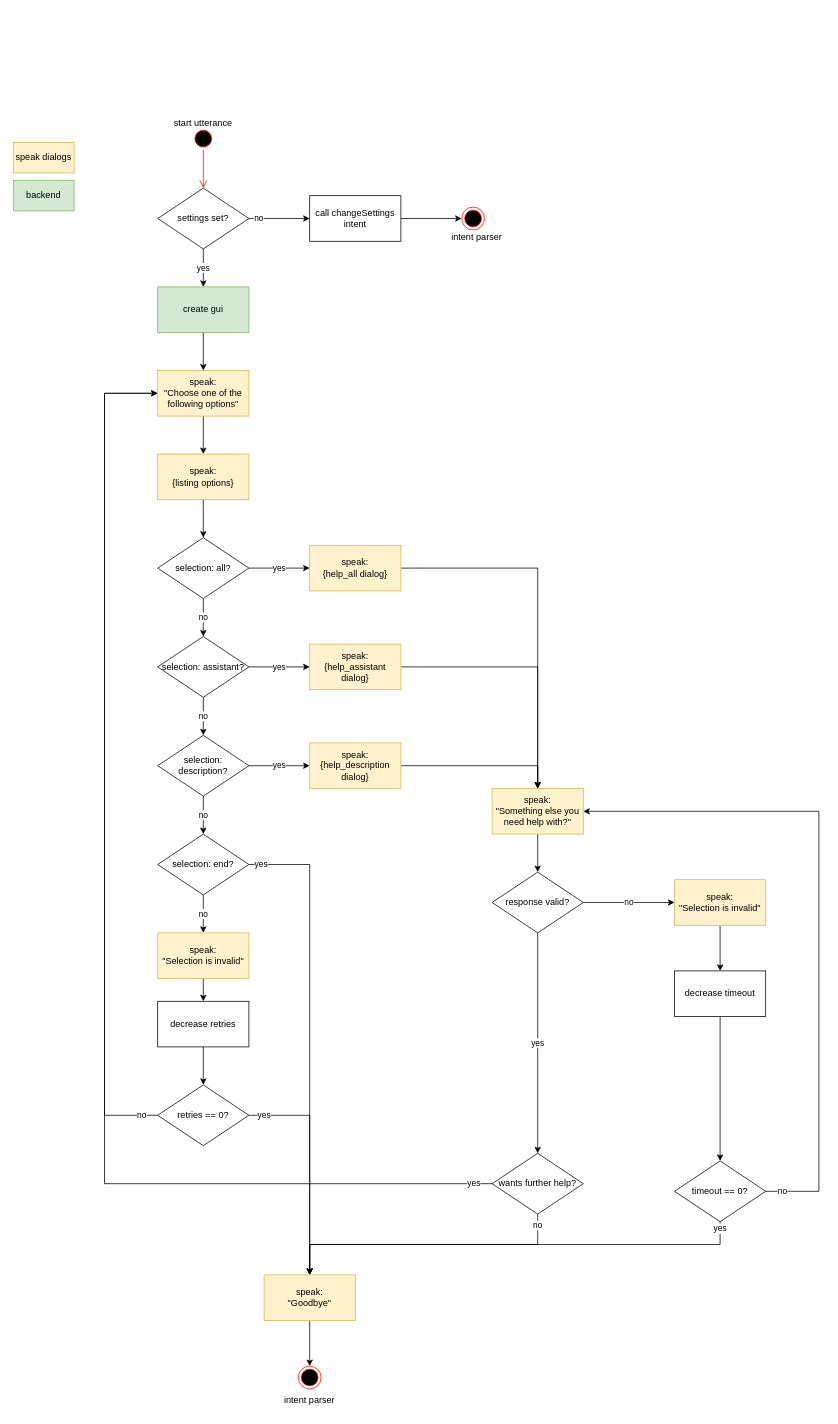
The draw.io diagram doc/activityDiagram/getHelp.drawio in Linyeir/spellcastmanager-skill, before the edit. Source tidied: cells renumbered, new cells numbered last; positions are measured from the earlier drawing's top-left corner, leaving out a move shared by most shapes. Both pictures are drawn from the tidied source at 76%, with x=0, y=0 at pixel (13, 112).
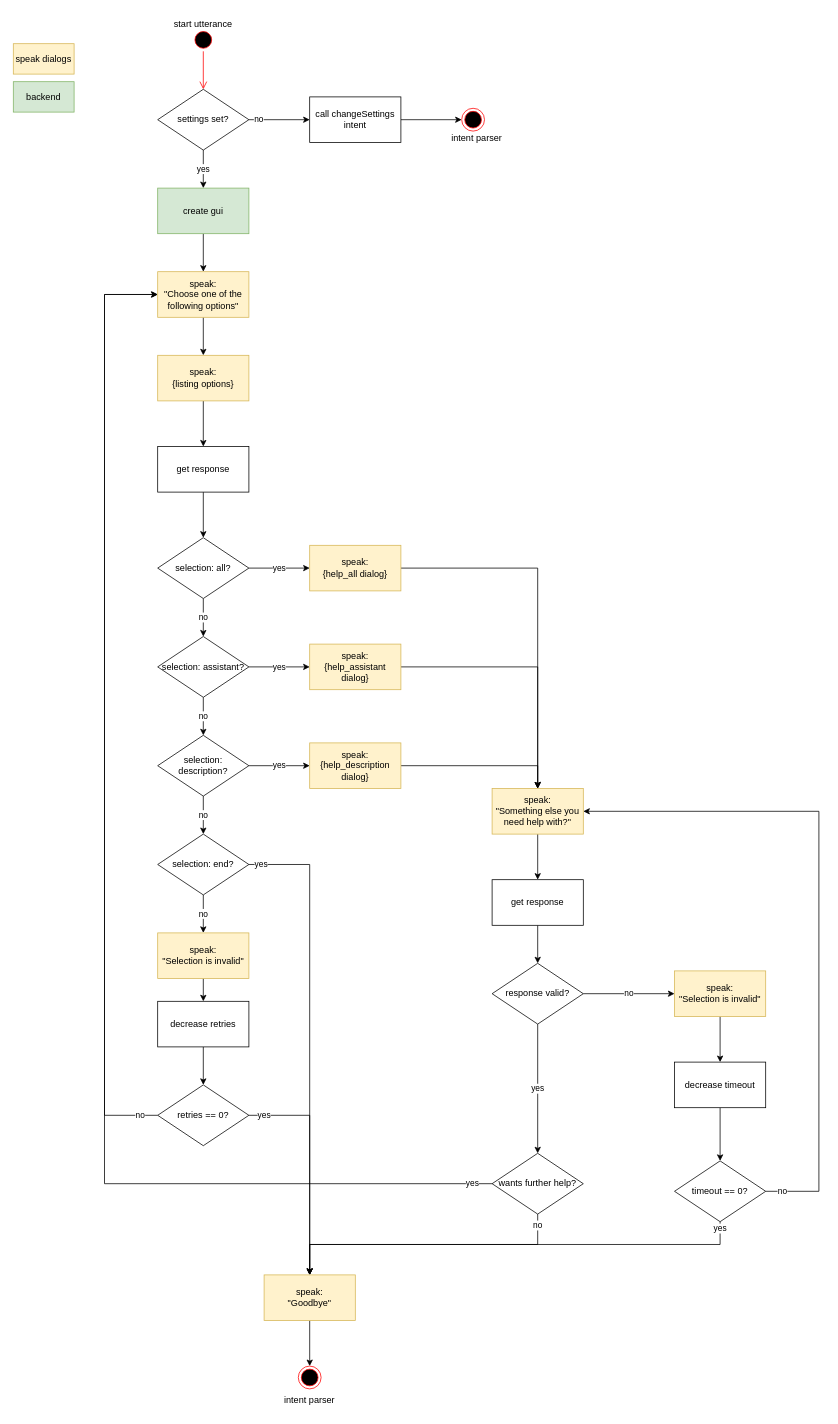
The same page after the edit.

The change refers to these unchanged cells:
```xml
<mxCell id="22" value="selection: all?" style="rhombus;whiteSpace=wrap;html=1;" parent="1" vertex="1">
  <mxGeometry x="190" y="560" width="120" height="80" as="geometry" />
</mxCell>
<mxCell id="47" value="wants further help?" style="rhombus;whiteSpace=wrap;html=1;" parent="1" vertex="1">
  <mxGeometry x="630" y="1370" width="120" height="80" as="geometry" />
</mxCell>
<mxCell id="49" value="speak:&lt;br&gt;&quot;Something else you need help with?&quot;" style="rounded=0;whiteSpace=wrap;html=1;fillColor=#fff2cc;strokeColor=#d6b656;" parent="1" vertex="1">
  <mxGeometry x="630" y="890" width="120" height="60" as="geometry" />
</mxCell>
<mxCell id="64" value="retries == 0?" style="rhombus;whiteSpace=wrap;html=1;" parent="1" vertex="1">
  <mxGeometry x="190" y="1280" width="120" height="80" as="geometry" />
</mxCell>
```

The edit, as a diff of the source:
```diff
@@
     <mxCell id="3" value="create gui" style="rounded=0;whiteSpace=wrap;html=1;fillColor=#d5e8d4;strokeColor=#82b366;" parent="1" vertex="1">
-      <mxGeometry x="190" y="230" width="120" height="60" as="geometry" />
+      <mxGeometry x="190" y="100" width="120" height="60" as="geometry" />
     </mxCell>
     <mxCell id="4" value="backend" style="rounded=0;whiteSpace=wrap;html=1;fillColor=#d5e8d4;strokeColor=#82b366;" parent="1" vertex="1">
-      <mxGeometry y="90" width="80" height="40" as="geometry" />
+      <mxGeometry y="-40" width="80" height="40" as="geometry" />
     </mxCell>
     <mxCell id="5" value="speak dialogs" style="rounded=0;whiteSpace=wrap;html=1;fillColor=#fff2cc;strokeColor=#d6b656;" parent="1" vertex="1">
-      <mxGeometry y="40" width="80" height="40" as="geometry" />
+      <mxGeometry y="-90" width="80" height="40" as="geometry" />
     </mxCell>
     <mxCell id="6" style="ellipse;html=1;shape=startState;fillColor=#000000;strokeColor=#ff0000;" parent="1" vertex="1">
-      <mxGeometry x="235" y="20" width="30" height="30" as="geometry" />
+      <mxGeometry x="235" y="-110" width="30" height="30" as="geometry" />
     </mxCell>
@@
     <mxCell id="8" value="start utterance" style="text;html=1;strokeColor=none;fillColor=none;align=center;verticalAlign=middle;whiteSpace=wrap;rounded=0;" parent="1" vertex="1">
-      <mxGeometry x="190" width="120" height="30" as="geometry" />
+      <mxGeometry x="190" y="-130" width="120" height="30" as="geometry" />
     </mxCell>
@@
     <mxCell id="11" value="settings set?" style="rhombus;whiteSpace=wrap;html=1;" parent="1" vertex="1">
-      <mxGeometry x="190" y="100" width="120" height="80" as="geometry" />
+      <mxGeometry x="190" y="-30" width="120" height="80" as="geometry" />
     </mxCell>
@@
     <mxCell id="13" value="call changeSettings intent" style="rounded=0;whiteSpace=wrap;html=1;" parent="1" vertex="1">
-      <mxGeometry x="390" y="110" width="120" height="60" as="geometry" />
+      <mxGeometry x="390" y="-20" width="120" height="60" as="geometry" />
     </mxCell>
     <mxCell id="14" style="ellipse;html=1;shape=endState;fillColor=#000000;strokeColor=#ff0000;" parent="1" vertex="1">
-      <mxGeometry x="590" y="125" width="30" height="30" as="geometry" />
+      <mxGeometry x="590" y="-5" width="30" height="30" as="geometry" />
     </mxCell>
     <mxCell id="15" value="intent parser" style="text;html=1;strokeColor=none;fillColor=none;align=center;verticalAlign=middle;whiteSpace=wrap;rounded=0;" parent="1" vertex="1">
-      <mxGeometry x="550" y="150" width="120" height="30" as="geometry" />
+      <mxGeometry x="550" y="20" width="120" height="30" as="geometry" />
     </mxCell>
@@
     <mxCell id="17" value="speak:&lt;br&gt;&quot;Choose one of the following options&quot;" style="rounded=0;whiteSpace=wrap;html=1;fillColor=#fff2cc;strokeColor=#d6b656;" parent="1" vertex="1">
-      <mxGeometry x="190" y="340" width="120" height="60" as="geometry" />
+      <mxGeometry x="190" y="210" width="120" height="60" as="geometry" />
     </mxCell>
-    <mxCell id="18" style="edgeStyle=orthogonalEdgeStyle;rounded=0;jettySize=auto;html=1;exitX=0.5;exitY=1;exitDx=0;exitDy=0;entryX=0.5;entryY=0;entryDx=0;entryDy=0;" parent="1" edge="1" source="19" target="22">
-      <mxGeometry relative="1" as="geometry" />
-    </mxCell>
+    <mxCell id="65" style="edgeStyle=orthogonalEdgeStyle;rounded=0;jettySize=auto;html=1;" parent="1" edge="1" source="19" target="68">
+      <mxGeometry relative="1" as="geometry" />
+    </mxCell>
     <mxCell id="19" value="speak:&lt;br&gt;{listing options}" style="rounded=0;whiteSpace=wrap;html=1;fillColor=#fff2cc;strokeColor=#d6b656;" parent="1" vertex="1">
-      <mxGeometry x="190" y="450" width="120" height="60" as="geometry" />
+      <mxGeometry x="190" y="320" width="120" height="60" as="geometry" />
     </mxCell>
@@
     <mxCell id="46" value="yes" style="edgeStyle=orthogonalEdgeStyle;rounded=0;jettySize=auto;html=1;entryX=0;entryY=0.5;entryDx=0;entryDy=0;exitX=0;exitY=0.5;exitDx=0;exitDy=0;" parent="1" edge="1" source="47" target="17">
       <mxGeometry x="-0.97" relative="1" as="geometry">
         <Array as="points">
           <mxPoint x="120" y="1410" />
-          <mxPoint x="120" y="370" />
+          <mxPoint x="120" y="240" />
         </Array>
       </mxGeometry>
     </mxCell>
@@
-    <mxCell id="48" style="edgeStyle=orthogonalEdgeStyle;rounded=0;jettySize=auto;html=1;exitX=0.5;exitY=1;exitDx=0;exitDy=0;entryX=0.5;entryY=0;entryDx=0;entryDy=0;" parent="1" edge="1" source="49" target="51">
-      <mxGeometry relative="1" as="geometry" />
-    </mxCell>
+    <mxCell id="66" style="edgeStyle=orthogonalEdgeStyle;rounded=0;jettySize=auto;html=1;" parent="1" edge="1" source="49" target="70">
+      <mxGeometry relative="1" as="geometry" />
+    </mxCell>
@@
     <mxCell id="51" value="response valid?" style="rhombus;whiteSpace=wrap;html=1;" parent="1" vertex="1">
-      <mxGeometry x="630" y="1000" width="120" height="80" as="geometry" />
+      <mxGeometry x="630" y="1120" width="120" height="80" as="geometry" />
     </mxCell>
@@
     <mxCell id="55" value="speak:&lt;br&gt;&quot;Selection is invalid&quot;" style="rounded=0;whiteSpace=wrap;html=1;fillColor=#fff2cc;strokeColor=#d6b656;" parent="1" vertex="1">
-      <mxGeometry x="870" y="1010" width="120" height="60" as="geometry" />
+      <mxGeometry x="870" y="1130" width="120" height="60" as="geometry" />
     </mxCell>
@@
     <mxCell id="57" value="decrease timeout" style="rounded=0;whiteSpace=wrap;html=1;" parent="1" vertex="1">
-      <mxGeometry x="870" y="1130" width="120" height="60" as="geometry" />
+      <mxGeometry x="870" y="1250" width="120" height="60" as="geometry" />
     </mxCell>
@@
     <mxCell id="62" style="edgeStyle=orthogonalEdgeStyle;rounded=0;jettySize=auto;html=1;exitX=0;exitY=0.5;exitDx=0;exitDy=0;entryX=0;entryY=0.5;entryDx=0;entryDy=0;" parent="1" edge="1" source="64" target="17">
       <mxGeometry relative="1" as="geometry">
         <Array as="points">
           <mxPoint x="120" y="1320" />
-          <mxPoint x="120" y="370" />
+          <mxPoint x="120" y="240" />
         </Array>
       </mxGeometry>
     </mxCell>
@@
+    <mxCell id="67" style="edgeStyle=orthogonalEdgeStyle;rounded=0;jettySize=auto;html=1;" parent="1" edge="1" source="68" target="22">
+      <mxGeometry relative="1" as="geometry" />
+    </mxCell>
+    <mxCell id="68" value="get response" style="rounded=0;whiteSpace=wrap;html=1;" parent="1" vertex="1">
+      <mxGeometry x="190" y="440" width="120" height="60" as="geometry" />
+    </mxCell>
+    <mxCell id="69" style="edgeStyle=orthogonalEdgeStyle;rounded=0;jettySize=auto;html=1;" parent="1" edge="1" source="70" target="51">
+      <mxGeometry relative="1" as="geometry" />
+    </mxCell>
+    <mxCell id="70" value="get response" style="rounded=0;whiteSpace=wrap;html=1;" parent="1" vertex="1">
+      <mxGeometry x="630" y="1010" width="120" height="60" as="geometry" />
+    </mxCell>
```
